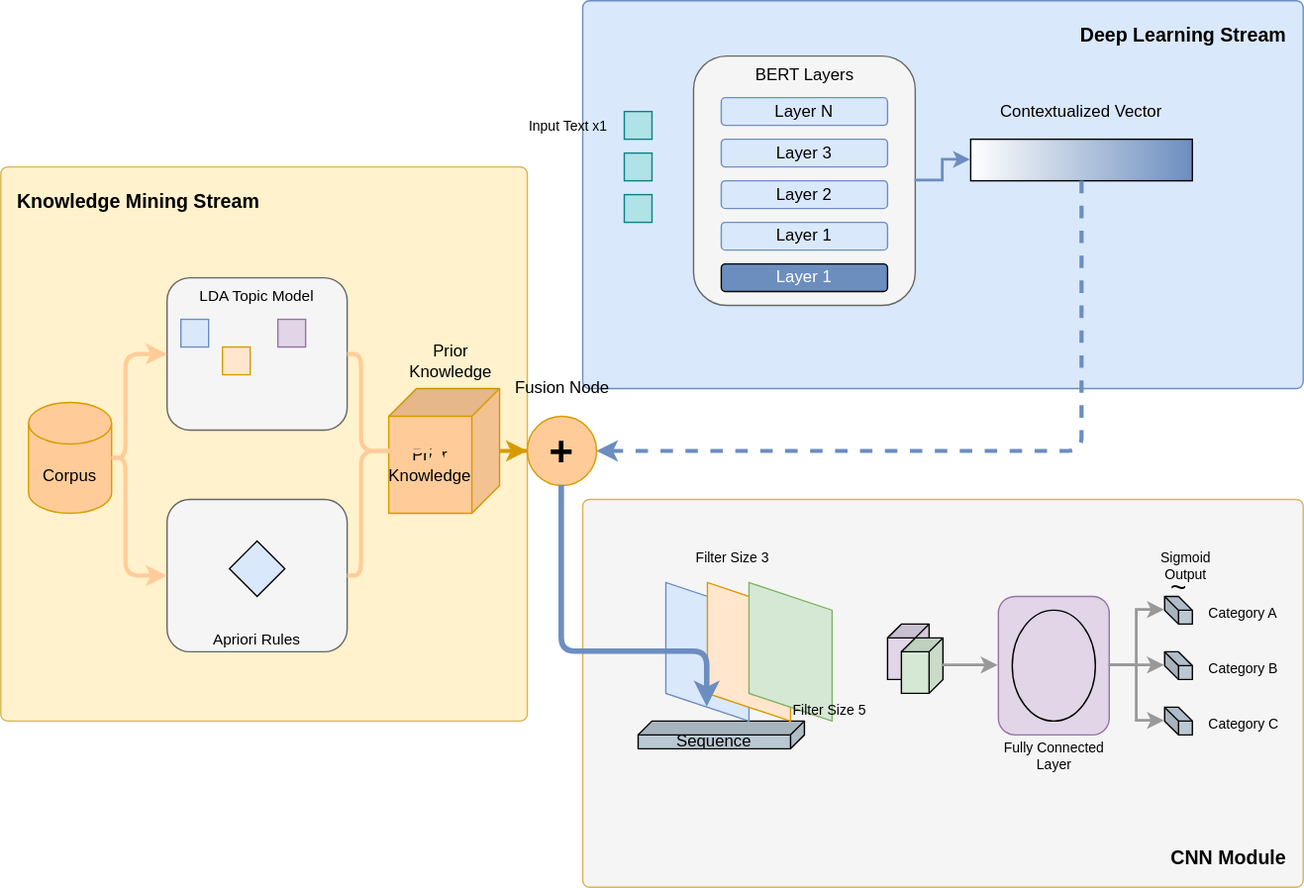
handsome-tony/picture keeps this draw.io diagram as 1.16小论文（思政元素）模型架构图.drawio.svg. Above is the earlier version. Source tidied: cells renumbered, new cells last; positions are measured from the earlier drawing's top-left corner, leaving out a move shared by most shapes.
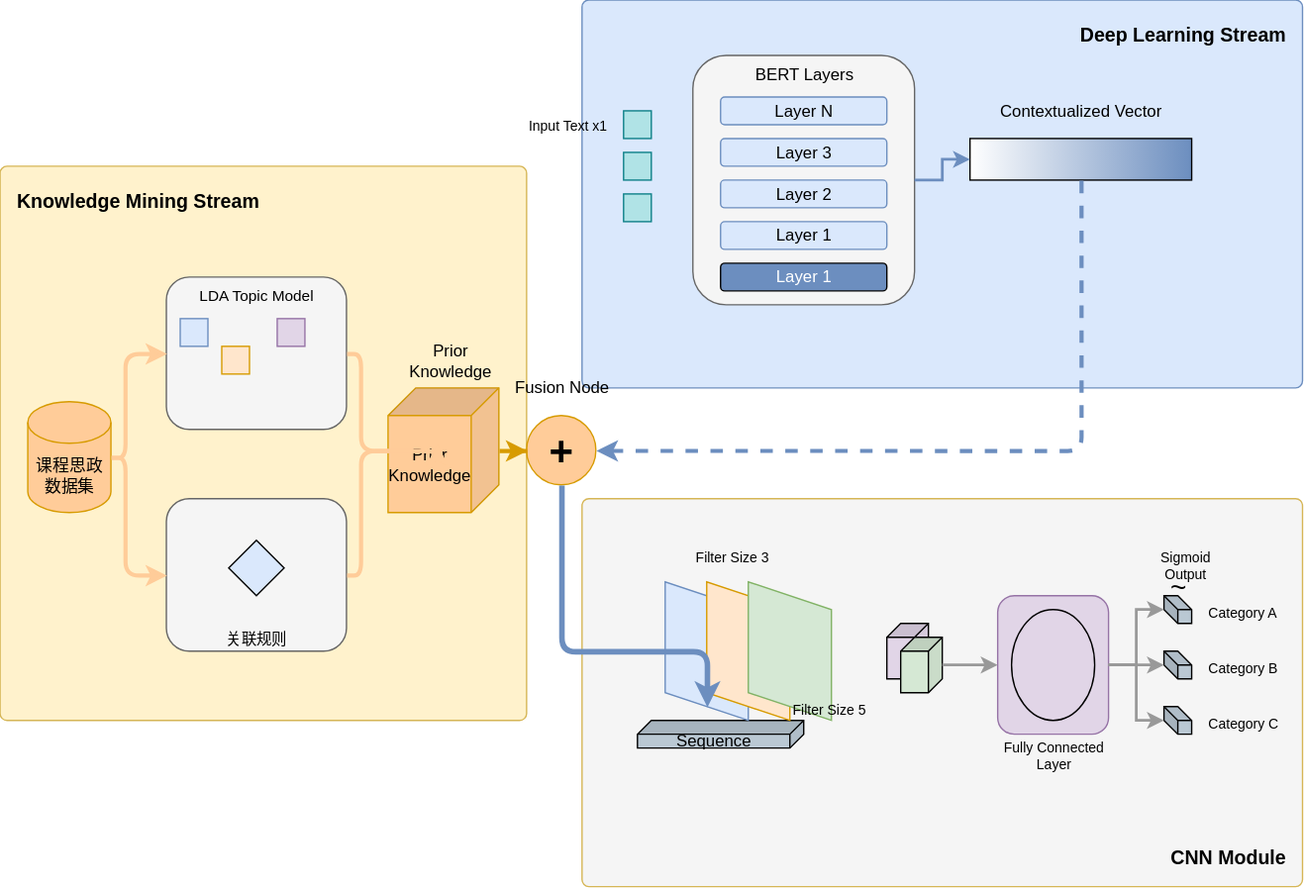
Later version of the same file.

Commit message:
更新1.16小论文（思政元素）模型架构图.drawio.svg

The edit, as a diff of the source:
```diff
@@ -5,7 +5,7 @@
     <mxCell id="2" value="Knowledge Mining Stream" style="rounded=1;whiteSpace=wrap;html=1;absoluteArcSize=1;arcSize=10;fillColor=#FFF2CC;strokeColor=#d6b656;verticalAlign=top;align=left;spacingLeft=10;spacingTop=10;fontSize=14;fontStyle=1;" parent="1" vertex="1">
       <mxGeometry y="120" width="380" height="400" as="geometry" />
     </mxCell>
-    <mxCell id="3" value="Corpus" style="shape=cylinder3;whiteSpace=wrap;html=1;boundedLbl=1;backgroundOutline=1;size=15;fillColor=#ffcc99;strokeColor=#d79b00;" parent="1" vertex="1">
+    <mxCell id="3" value="课程思政数据集" style="shape=cylinder3;whiteSpace=wrap;html=1;boundedLbl=1;backgroundOutline=1;size=15;fillColor=#ffcc99;strokeColor=#d79b00;" parent="1" vertex="1">
       <mxGeometry x="20" y="290" width="60" height="80" as="geometry" />
     </mxCell>
     <mxCell id="4" value="LDA Topic Model" style="rounded=1;whiteSpace=wrap;html=1;fillColor=#f5f5f5;strokeColor=#666666;verticalAlign=top;fontSize=11;" parent="1" vertex="1">
@@ -20,7 +20,7 @@
     <mxCell id="7" style="rounded=0;whiteSpace=wrap;html=1;fillColor=#e1d5e7;strokeColor=#9673a6;" parent="4" vertex="1">
       <mxGeometry x="80" y="30" width="20" height="20" as="geometry" />
     </mxCell>
-    <mxCell id="8" value="Apriori Rules" style="rounded=1;whiteSpace=wrap;html=1;fillColor=#f5f5f5;strokeColor=#666666;verticalAlign=bottom;fontSize=11;" parent="1" vertex="1">
+    <mxCell id="8" value="关联规则" style="rounded=1;whiteSpace=wrap;html=1;fillColor=#f5f5f5;strokeColor=#666666;verticalAlign=bottom;fontSize=11;" parent="1" vertex="1">
       <mxGeometry x="120" y="360" width="130" height="110" as="geometry" />
     </mxCell>
     <mxCell id="9" style="rhombus;whiteSpace=wrap;html=1;fillColor=#dae8fc;" parent="8" vertex="1">
```
